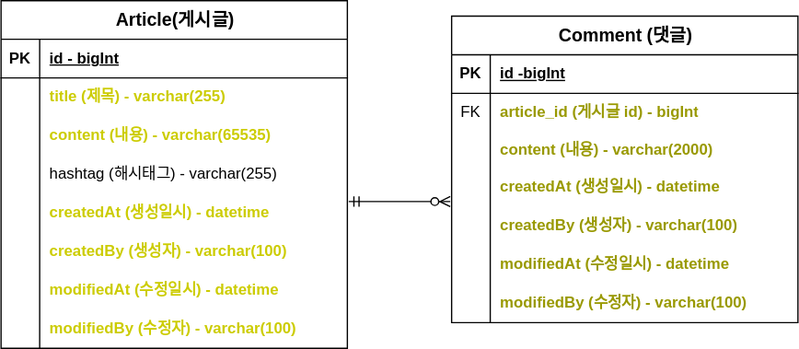
Earlier version of the draw.io export project-board-erd.svg (seunghoonL/practice-project-board). Source tidied: cells renumbered, new cells last; positions are measured from the earlier drawing's top-left corner, leaving out a move shared by most shapes.
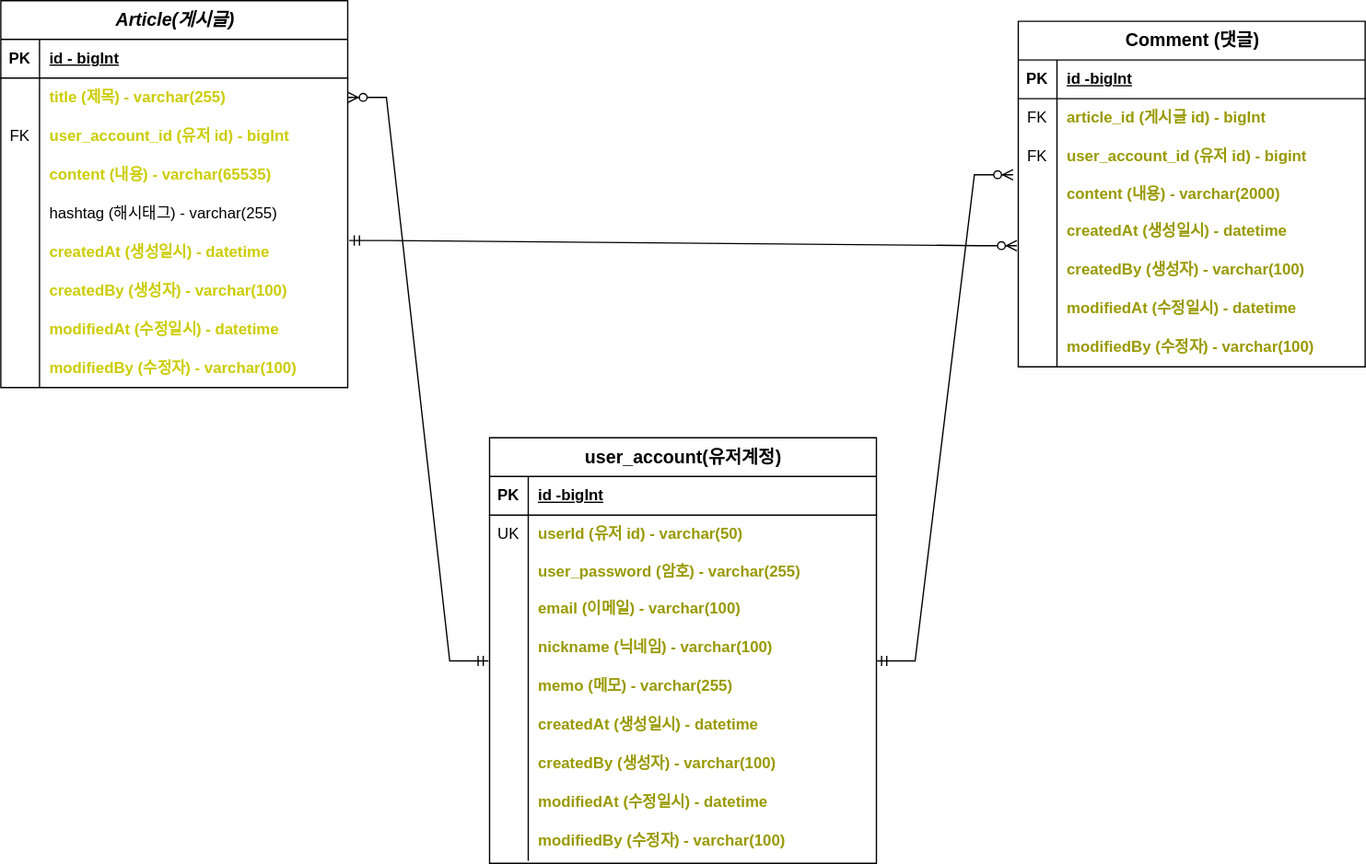
Above is the later version.

Commit message:
#1 유저 계정 테이블 ERD 수정 project-board-erd.svg 업데이트

The edit, as a diff of the source:
```diff
@@ -2,8 +2,8 @@
   <root>
     <mxCell id="0" />
     <mxCell id="1" parent="0" />
-    <mxCell id="2" value="&lt;font style=&quot;font-size: 14px;&quot;&gt;Article(게시글)&lt;/font&gt;" style="shape=table;startSize=30;rowLines=0;fontStyle=1;align=center;html=1;" parent="1" vertex="1">
-      <mxGeometry width="269" height="270" as="geometry" />
+    <mxCell id="2" value="&lt;font style=&quot;font-size: 14px;&quot;&gt;Article(게시글)&lt;/font&gt;" style="shape=table;startSize=30;rowLines=0;fontStyle=3;align=center;html=1;" parent="1" vertex="1">
+      <mxGeometry y="-1" width="269" height="300" as="geometry" />
     </mxCell>
     <mxCell id="3" style="shape=tableRow;horizontal=0;startSize=0;swimlaneHead=0;swimlaneBody=0;fillColor=none;top=0;left=0;right=0;bottom=1;" parent="2" vertex="1">
       <mxGeometry y="30" width="269" height="30" as="geometry" />
@@ -26,14 +26,23 @@
     <mxCell id="9" style="shape=tableRow;horizontal=0;startSize=0;swimlaneHead=0;swimlaneBody=0;fillColor=none;top=0;left=0;right=0;bottom=0;" parent="2" vertex="1">
       <mxGeometry y="90" width="269" height="30" as="geometry" />
     </mxCell>
-    <mxCell id="10" style="shape=partialRectangle;fillColor=none;top=0;left=0;bottom=0;right=0;overflow=hidden;whiteSpace=wrap;html=1;" parent="9" vertex="1">
+    <mxCell id="10" value="FK" style="shape=partialRectangle;fillColor=none;top=0;left=0;bottom=0;right=0;overflow=hidden;whiteSpace=wrap;html=1;" parent="9" vertex="1">
       <mxGeometry width="30" height="30" as="geometry" />
     </mxCell>
-    <mxCell id="11" value="content (내용) - varchar(65535)" style="shape=partialRectangle;fillColor=none;top=0;left=0;bottom=0;right=0;align=left;spacingLeft=6;overflow=hidden;whiteSpace=wrap;html=1;fontStyle=1;fontColor=#CCCC00;" parent="9" vertex="1">
+    <mxCell id="11" value="user_account_id (유저 id) - bigInt" style="shape=partialRectangle;fillColor=none;top=0;left=0;bottom=0;right=0;align=left;spacingLeft=6;overflow=hidden;whiteSpace=wrap;html=1;fontStyle=1;fontColor=#CCCC00;" parent="9" vertex="1">
       <mxGeometry x="30" width="239" height="30" as="geometry" />
     </mxCell>
+    <mxCell id="50" style="shape=tableRow;horizontal=0;startSize=0;swimlaneHead=0;swimlaneBody=0;fillColor=none;top=0;left=0;right=0;bottom=0;" parent="2" vertex="1">
+      <mxGeometry y="120" width="269" height="30" as="geometry" />
+    </mxCell>
+    <mxCell id="51" style="shape=partialRectangle;fillColor=none;top=0;left=0;bottom=0;right=0;overflow=hidden;whiteSpace=wrap;html=1;" parent="50" vertex="1">
+      <mxGeometry width="30" height="30" as="geometry" />
+    </mxCell>
+    <mxCell id="52" value="content (내용) - varchar(65535)" style="shape=partialRectangle;fillColor=none;top=0;left=0;bottom=0;right=0;align=left;spacingLeft=6;overflow=hidden;whiteSpace=wrap;html=1;fontStyle=1;fontColor=#CCCC00;" parent="50" vertex="1">
+      <mxGeometry x="30" width="239" height="30" as="geometry" />
+    </mxCell>
     <mxCell id="12" style="shape=tableRow;horizontal=0;startSize=0;swimlaneHead=0;swimlaneBody=0;fillColor=none;top=0;left=0;right=0;bottom=0;" parent="2" vertex="1">
-      <mxGeometry y="120" width="269" height="30" as="geometry" />
+      <mxGeometry y="150" width="269" height="30" as="geometry" />
     </mxCell>
     <mxCell id="13" style="shape=partialRectangle;fillColor=none;top=0;left=0;bottom=0;right=0;overflow=hidden;whiteSpace=wrap;html=1;" parent="12" vertex="1">
       <mxGeometry width="30" height="30" as="geometry" />
@@ -42,7 +51,7 @@
       <mxGeometry x="30" width="239" height="30" as="geometry" />
     </mxCell>
     <mxCell id="15" style="shape=tableRow;horizontal=0;startSize=0;swimlaneHead=0;swimlaneBody=0;fillColor=none;points=[[0,0.5],[1,0.5]];portConstraint=eastwest;top=0;left=0;right=0;bottom=0;" parent="2" vertex="1">
-      <mxGeometry y="150" width="269" height="30" as="geometry" />
+      <mxGeometry y="180" width="269" height="30" as="geometry" />
     </mxCell>
     <mxCell id="16" style="shape=partialRectangle;fillColor=none;top=0;left=0;bottom=0;right=0;overflow=hidden;whiteSpace=wrap;html=1;" parent="15" vertex="1">
       <mxGeometry width="30" height="30" as="geometry" />
@@ -51,7 +60,7 @@
       <mxGeometry x="30" width="239" height="30" as="geometry" />
     </mxCell>
     <mxCell id="18" style="shape=tableRow;horizontal=0;startSize=0;swimlaneHead=0;swimlaneBody=0;fillColor=none;top=0;left=0;right=0;bottom=0;" parent="2" vertex="1">
-      <mxGeometry y="180" width="269" height="30" as="geometry" />
+      <mxGeometry y="210" width="269" height="30" as="geometry" />
     </mxCell>
     <mxCell id="19" style="shape=partialRectangle;fillColor=none;top=0;left=0;bottom=0;right=0;overflow=hidden;whiteSpace=wrap;html=1;" parent="18" vertex="1">
       <mxGeometry width="30" height="30" as="geometry" />
@@ -60,7 +69,7 @@
       <mxGeometry x="30" width="239" height="30" as="geometry" />
     </mxCell>
     <mxCell id="21" style="shape=tableRow;horizontal=0;startSize=0;swimlaneHead=0;swimlaneBody=0;fillColor=none;top=0;left=0;right=0;bottom=0;" parent="2" vertex="1">
-      <mxGeometry y="210" width="269" height="30" as="geometry" />
+      <mxGeometry y="240" width="269" height="30" as="geometry" />
     </mxCell>
     <mxCell id="22" style="shape=partialRectangle;fillColor=none;top=0;left=0;bottom=0;right=0;overflow=hidden;whiteSpace=wrap;html=1;" parent="21" vertex="1">
       <mxGeometry width="30" height="30" as="geometry" />
@@ -69,7 +78,7 @@
       <mxGeometry x="30" width="239" height="30" as="geometry" />
     </mxCell>
     <mxCell id="24" style="shape=tableRow;horizontal=0;startSize=0;swimlaneHead=0;swimlaneBody=0;fillColor=none;top=0;left=0;right=0;bottom=0;" parent="2" vertex="1">
-      <mxGeometry y="240" width="269" height="30" as="geometry" />
+      <mxGeometry y="270" width="269" height="30" as="geometry" />
     </mxCell>
     <mxCell id="25" style="shape=partialRectangle;fillColor=none;top=0;left=0;bottom=0;right=0;overflow=hidden;whiteSpace=wrap;html=1;" parent="24" vertex="1">
       <mxGeometry width="30" height="30" as="geometry" />
@@ -78,7 +87,7 @@
       <mxGeometry x="30" width="239" height="30" as="geometry" />
     </mxCell>
     <mxCell id="27" value="&lt;span style=&quot;font-size: 14px;&quot;&gt;Comment (댓글)&lt;/span&gt;" style="shape=table;startSize=30;rowLines=0;fontStyle=1;align=center;html=1;" parent="1" vertex="1">
-      <mxGeometry x="350" y="12" width="269" height="238" as="geometry" />
+      <mxGeometry x="789" y="15" width="269" height="268" as="geometry" />
     </mxCell>
     <mxCell id="28" style="shape=tableRow;horizontal=0;startSize=0;swimlaneHead=0;swimlaneBody=0;fillColor=none;top=0;left=0;right=0;bottom=1;" parent="27" vertex="1">
       <mxGeometry y="30" width="269" height="30" as="geometry" />
@@ -98,8 +107,17 @@
     <mxCell id="33" value="article_id (게시글 id) - bigInt" style="shape=partialRectangle;fillColor=none;top=0;left=0;bottom=0;right=0;align=left;spacingLeft=6;overflow=hidden;whiteSpace=wrap;html=1;fontStyle=1;fontColor=#999900;" parent="31" vertex="1">
       <mxGeometry x="30" width="239" height="30" as="geometry" />
     </mxCell>
+    <mxCell id="53" style="shape=tableRow;horizontal=0;startSize=0;swimlaneHead=0;swimlaneBody=0;fillColor=none;top=0;left=0;right=0;bottom=0;" parent="27" vertex="1">
+      <mxGeometry y="90" width="269" height="30" as="geometry" />
+    </mxCell>
+    <mxCell id="54" value="FK" style="shape=partialRectangle;fillColor=none;top=0;left=0;bottom=0;right=0;overflow=hidden;whiteSpace=wrap;html=1;" parent="53" vertex="1">
+      <mxGeometry width="30" height="30" as="geometry" />
+    </mxCell>
+    <mxCell id="55" value="user_account_id (유저 id) - bigint" style="shape=partialRectangle;fillColor=none;top=0;left=0;bottom=0;right=0;align=left;spacingLeft=6;overflow=hidden;whiteSpace=wrap;html=1;fontStyle=1;fontColor=#999900;" parent="53" vertex="1">
+      <mxGeometry x="30" width="239" height="30" as="geometry" />
+    </mxCell>
     <mxCell id="34" style="shape=tableRow;horizontal=0;startSize=0;swimlaneHead=0;swimlaneBody=0;fillColor=none;points=[[0,0.5],[1,0.5]];portConstraint=eastwest;top=0;left=0;right=0;bottom=0;" parent="27" vertex="1">
-      <mxGeometry y="90" width="269" height="28" as="geometry" />
+      <mxGeometry y="120" width="269" height="28" as="geometry" />
     </mxCell>
     <mxCell id="35" style="shape=partialRectangle;fillColor=none;top=0;left=0;bottom=0;right=0;overflow=hidden;whiteSpace=wrap;html=1;" parent="34" vertex="1">
       <mxGeometry width="30" height="28" as="geometry" />
@@ -108,7 +126,7 @@
       <mxGeometry x="30" width="239" height="28" as="geometry" />
     </mxCell>
     <mxCell id="37" style="shape=tableRow;horizontal=0;startSize=0;swimlaneHead=0;swimlaneBody=0;fillColor=none;top=0;left=0;right=0;bottom=0;" parent="27" vertex="1">
-      <mxGeometry y="118" width="269" height="30" as="geometry" />
+      <mxGeometry y="148" width="269" height="30" as="geometry" />
     </mxCell>
     <mxCell id="38" style="shape=partialRectangle;fillColor=none;top=0;left=0;bottom=0;right=0;overflow=hidden;whiteSpace=wrap;html=1;" parent="37" vertex="1">
       <mxGeometry width="30" height="30" as="geometry" />
@@ -117,7 +135,7 @@
       <mxGeometry x="30" width="239" height="30" as="geometry" />
     </mxCell>
     <mxCell id="40" style="shape=tableRow;horizontal=0;startSize=0;swimlaneHead=0;swimlaneBody=0;fillColor=none;points=[[0,0.5],[1,0.5]];portConstraint=eastwest;top=0;left=0;right=0;bottom=0;" parent="27" vertex="1">
-      <mxGeometry y="148" width="269" height="30" as="geometry" />
+      <mxGeometry y="178" width="269" height="30" as="geometry" />
     </mxCell>
     <mxCell id="41" style="shape=partialRectangle;fillColor=none;top=0;left=0;bottom=0;right=0;overflow=hidden;whiteSpace=wrap;html=1;" parent="40" vertex="1">
       <mxGeometry width="30" height="30" as="geometry" />
@@ -126,7 +144,7 @@
       <mxGeometry x="30" width="239" height="30" as="geometry" />
     </mxCell>
     <mxCell id="43" style="shape=tableRow;horizontal=0;startSize=0;swimlaneHead=0;swimlaneBody=0;fillColor=none;top=0;left=0;right=0;bottom=0;" parent="27" vertex="1">
-      <mxGeometry y="178" width="269" height="30" as="geometry" />
+      <mxGeometry y="208" width="269" height="30" as="geometry" />
     </mxCell>
     <mxCell id="44" style="shape=partialRectangle;fillColor=none;top=0;left=0;bottom=0;right=0;overflow=hidden;whiteSpace=wrap;html=1;" parent="43" vertex="1">
       <mxGeometry width="30" height="30" as="geometry" />
@@ -135,7 +153,7 @@
       <mxGeometry x="30" width="239" height="30" as="geometry" />
     </mxCell>
     <mxCell id="46" style="shape=tableRow;horizontal=0;startSize=0;swimlaneHead=0;swimlaneBody=0;fillColor=none;top=0;left=0;right=0;bottom=0;" parent="27" vertex="1">
-      <mxGeometry y="208" width="269" height="30" as="geometry" />
+      <mxGeometry y="238" width="269" height="30" as="geometry" />
     </mxCell>
     <mxCell id="47" style="shape=partialRectangle;fillColor=none;top=0;left=0;bottom=0;right=0;overflow=hidden;whiteSpace=wrap;html=1;" parent="46" vertex="1">
       <mxGeometry width="30" height="30" as="geometry" />
@@ -146,5 +164,106 @@
     <mxCell id="49" style="edgeStyle=entityRelationEdgeStyle;fontSize=12;html=1;endArrow=ERzeroToMany;startArrow=ERmandOne;rounded=0;exitX=1.004;exitY=0.2;exitDx=0;exitDy=0;exitPerimeter=0;entryX=-0.004;entryY=-0.133;entryDx=0;entryDy=0;entryPerimeter=0;" parent="1" edge="1" source="15" target="40">
       <mxGeometry relative="1" as="geometry" />
     </mxCell>
+    <mxCell id="56" value="&lt;span style=&quot;font-size: 14px;&quot;&gt;user_account(유저계정)&lt;/span&gt;" style="shape=table;startSize=30;rowLines=0;fontStyle=1;align=center;html=1;" parent="1" vertex="1">
+      <mxGeometry x="379" y="338" width="300" height="330" as="geometry" />
+    </mxCell>
+    <mxCell id="57" style="shape=tableRow;horizontal=0;startSize=0;swimlaneHead=0;swimlaneBody=0;fillColor=none;top=0;left=0;right=0;bottom=1;" parent="56" vertex="1">
+      <mxGeometry y="30" width="300" height="30" as="geometry" />
+    </mxCell>
+    <mxCell id="58" value="PK" style="shape=partialRectangle;fillColor=none;top=0;left=0;bottom=0;right=0;fontStyle=1;overflow=hidden;whiteSpace=wrap;html=1;" parent="57" vertex="1">
+      <mxGeometry width="30" height="30" as="geometry" />
+    </mxCell>
+    <mxCell id="59" value="id -bigInt" style="shape=partialRectangle;fillColor=none;top=0;left=0;bottom=0;right=0;align=left;spacingLeft=6;fontStyle=5;overflow=hidden;whiteSpace=wrap;html=1;" parent="57" vertex="1">
+      <mxGeometry x="30" width="270" height="30" as="geometry" />
+    </mxCell>
+    <mxCell id="60" style="shape=tableRow;horizontal=0;startSize=0;swimlaneHead=0;swimlaneBody=0;fillColor=none;top=0;left=0;right=0;bottom=0;" parent="56" vertex="1">
+      <mxGeometry y="60" width="300" height="30" as="geometry" />
+    </mxCell>
+    <mxCell id="61" value="UK" style="shape=partialRectangle;fillColor=none;top=0;left=0;bottom=0;right=0;overflow=hidden;whiteSpace=wrap;html=1;" parent="60" vertex="1">
+      <mxGeometry width="30" height="30" as="geometry" />
+    </mxCell>
+    <mxCell id="62" value="userId (유저 id) - varchar(50)" style="shape=partialRectangle;fillColor=none;top=0;left=0;bottom=0;right=0;align=left;spacingLeft=6;overflow=hidden;whiteSpace=wrap;html=1;fontStyle=1;fontColor=#999900;" parent="60" vertex="1">
+      <mxGeometry x="30" width="270" height="30" as="geometry" />
+    </mxCell>
+    <mxCell id="63" style="shape=tableRow;horizontal=0;startSize=0;swimlaneHead=0;swimlaneBody=0;fillColor=none;top=0;left=0;right=0;bottom=0;" parent="56" vertex="1">
+      <mxGeometry y="90" width="300" height="28" as="geometry" />
+    </mxCell>
+    <mxCell id="64" style="shape=partialRectangle;fillColor=none;top=0;left=0;bottom=0;right=0;overflow=hidden;whiteSpace=wrap;html=1;" parent="63" vertex="1">
+      <mxGeometry width="30" height="28" as="geometry" />
+    </mxCell>
+    <mxCell id="65" value="user_password (암호) - varchar(255)" style="shape=partialRectangle;fillColor=none;top=0;left=0;bottom=0;right=0;align=left;spacingLeft=6;overflow=hidden;whiteSpace=wrap;html=1;fontStyle=1;fontColor=#999900;" parent="63" vertex="1">
+      <mxGeometry x="30" width="270" height="28" as="geometry" />
+    </mxCell>
+    <mxCell id="66" style="shape=tableRow;horizontal=0;startSize=0;swimlaneHead=0;swimlaneBody=0;fillColor=none;top=0;left=0;right=0;bottom=0;" parent="56" vertex="1">
+      <mxGeometry y="118" width="300" height="30" as="geometry" />
+    </mxCell>
+    <mxCell id="67" style="shape=partialRectangle;fillColor=none;top=0;left=0;bottom=0;right=0;overflow=hidden;whiteSpace=wrap;html=1;" parent="66" vertex="1">
+      <mxGeometry width="30" height="30" as="geometry" />
+    </mxCell>
+    <mxCell id="68" value="email (이메일) - varchar(100)&amp;nbsp;" style="shape=partialRectangle;fillColor=none;top=0;left=0;bottom=0;right=0;align=left;spacingLeft=6;overflow=hidden;whiteSpace=wrap;html=1;fontStyle=1;fontColor=#999900;" parent="66" vertex="1">
+      <mxGeometry x="30" width="270" height="30" as="geometry" />
+    </mxCell>
+    <mxCell id="69" style="shape=tableRow;horizontal=0;startSize=0;swimlaneHead=0;swimlaneBody=0;fillColor=none;points=[[0,0.5],[1,0.5]];portConstraint=eastwest;top=0;left=0;right=0;bottom=0;" parent="56" vertex="1">
+      <mxGeometry y="148" width="300" height="30" as="geometry" />
+    </mxCell>
+    <mxCell id="70" style="shape=partialRectangle;fillColor=none;top=0;left=0;bottom=0;right=0;overflow=hidden;whiteSpace=wrap;html=1;" parent="69" vertex="1">
+      <mxGeometry width="30" height="30" as="geometry" />
+    </mxCell>
+    <mxCell id="71" value="nickname (닉네임) - varchar(100)" style="shape=partialRectangle;fillColor=none;top=0;left=0;bottom=0;right=0;align=left;spacingLeft=6;overflow=hidden;whiteSpace=wrap;html=1;fontStyle=1;fontColor=#999900;" parent="69" vertex="1">
+      <mxGeometry x="30" width="270" height="30" as="geometry" />
+    </mxCell>
+    <mxCell id="72" style="shape=tableRow;horizontal=0;startSize=0;swimlaneHead=0;swimlaneBody=0;fillColor=none;top=0;left=0;right=0;bottom=0;" parent="56" vertex="1">
+      <mxGeometry y="178" width="300" height="30" as="geometry" />
+    </mxCell>
+    <mxCell id="73" style="shape=partialRectangle;fillColor=none;top=0;left=0;bottom=0;right=0;overflow=hidden;whiteSpace=wrap;html=1;" parent="72" vertex="1">
+      <mxGeometry width="30" height="30" as="geometry" />
+    </mxCell>
+    <mxCell id="74" value="memo (메모) - varchar(255)" style="shape=partialRectangle;fillColor=none;top=0;left=0;bottom=0;right=0;align=left;spacingLeft=6;overflow=hidden;whiteSpace=wrap;html=1;fontStyle=1;fontColor=#999900;" parent="72" vertex="1">
+      <mxGeometry x="30" width="270" height="30" as="geometry" />
+    </mxCell>
+    <mxCell id="75" style="shape=tableRow;horizontal=0;startSize=0;swimlaneHead=0;swimlaneBody=0;fillColor=none;top=0;left=0;right=0;bottom=0;" parent="56" vertex="1">
+      <mxGeometry y="208" width="300" height="30" as="geometry" />
+    </mxCell>
+    <mxCell id="76" style="shape=partialRectangle;fillColor=none;top=0;left=0;bottom=0;right=0;overflow=hidden;whiteSpace=wrap;html=1;" parent="75" vertex="1">
+      <mxGeometry width="30" height="30" as="geometry" />
+    </mxCell>
+    <mxCell id="77" value="createdAt (생성일시) - datetime&#9;" style="shape=partialRectangle;fillColor=none;top=0;left=0;bottom=0;right=0;align=left;spacingLeft=6;overflow=hidden;whiteSpace=wrap;html=1;fontStyle=1;fontColor=#999900;" parent="75" vertex="1">
+      <mxGeometry x="30" width="270" height="30" as="geometry" />
+    </mxCell>
+    <mxCell id="78" style="shape=tableRow;horizontal=0;startSize=0;swimlaneHead=0;swimlaneBody=0;fillColor=none;top=0;left=0;right=0;bottom=0;" parent="56" vertex="1">
+      <mxGeometry y="238" width="300" height="30" as="geometry" />
+    </mxCell>
+    <mxCell id="79" style="shape=partialRectangle;fillColor=none;top=0;left=0;bottom=0;right=0;overflow=hidden;whiteSpace=wrap;html=1;" parent="78" vertex="1">
+      <mxGeometry width="30" height="30" as="geometry" />
+    </mxCell>
+    <mxCell id="80" value="createdBy (생성자) - varchar(100)" style="shape=partialRectangle;fillColor=none;top=0;left=0;bottom=0;right=0;align=left;spacingLeft=6;overflow=hidden;whiteSpace=wrap;html=1;fontStyle=1;fontColor=#999900;" parent="78" vertex="1">
+      <mxGeometry x="30" width="270" height="30" as="geometry" />
+    </mxCell>
+    <mxCell id="81" style="shape=tableRow;horizontal=0;startSize=0;swimlaneHead=0;swimlaneBody=0;fillColor=none;top=0;left=0;right=0;bottom=0;" parent="56" vertex="1">
+      <mxGeometry y="268" width="300" height="30" as="geometry" />
+    </mxCell>
+    <mxCell id="82" style="shape=partialRectangle;fillColor=none;top=0;left=0;bottom=0;right=0;overflow=hidden;whiteSpace=wrap;html=1;" parent="81" vertex="1">
+      <mxGeometry width="30" height="30" as="geometry" />
+    </mxCell>
+    <mxCell id="83" value="modifiedAt (수정일시) - datetime" style="shape=partialRectangle;fillColor=none;top=0;left=0;bottom=0;right=0;align=left;spacingLeft=6;overflow=hidden;whiteSpace=wrap;html=1;fontStyle=1;fontColor=#999900;" parent="81" vertex="1">
+      <mxGeometry x="30" width="270" height="30" as="geometry" />
+    </mxCell>
+    <mxCell id="84" style="shape=tableRow;horizontal=0;startSize=0;swimlaneHead=0;swimlaneBody=0;fillColor=none;top=0;left=0;right=0;bottom=0;" parent="56" vertex="1">
+      <mxGeometry y="298" width="300" height="30" as="geometry" />
+    </mxCell>
+    <mxCell id="85" style="shape=partialRectangle;fillColor=none;top=0;left=0;bottom=0;right=0;overflow=hidden;whiteSpace=wrap;html=1;" parent="84" vertex="1">
+      <mxGeometry width="30" height="30" as="geometry" />
+    </mxCell>
+    <mxCell id="86" value="modifiedBy (수정자) - varchar(100)" style="shape=partialRectangle;fillColor=none;top=0;left=0;bottom=0;right=0;align=left;spacingLeft=6;overflow=hidden;whiteSpace=wrap;html=1;fontStyle=1;fontColor=#999900;" parent="84" vertex="1">
+      <mxGeometry x="30" width="270" height="30" as="geometry" />
+    </mxCell>
+    <mxCell id="87" style="edgeStyle=entityRelationEdgeStyle;fontSize=12;html=1;endArrow=ERzeroToMany;startArrow=ERmandOne;rounded=0;entryX=1;entryY=0.5;entryDx=0;entryDy=0;exitX=-0.003;exitY=0.833;exitDx=0;exitDy=0;exitPerimeter=0;" parent="1" edge="1" source="69" target="6">
+      <mxGeometry relative="1" as="geometry" />
+    </mxCell>
+    <mxCell id="88" style="edgeStyle=entityRelationEdgeStyle;fontSize=12;html=1;endArrow=ERzeroToMany;startArrow=ERmandOne;rounded=0;entryX=-0.015;entryY=-0.036;entryDx=0;entryDy=0;entryPerimeter=0;" parent="1" edge="1" target="34">
+      <mxGeometry relative="1" as="geometry">
+        <mxPoint x="679" y="511" as="sourcePoint" />
+      </mxGeometry>
+    </mxCell>
   </root>
 </mxGraphModel>
```
